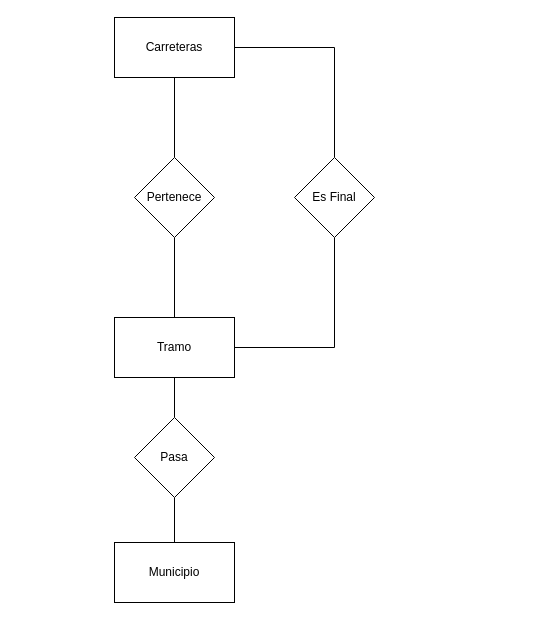
Before: Base Datos/16.drawio in Gotrufo-Eloy/Proyectos, a draw.io diagram. Source tidied: cells renumbered, new cells numbered last; positions are measured from the earlier drawing's top-left corner, leaving out a move shared by most shapes. Both pictures are drawn from the tidied source at 100%, with x=0, y=0 at pixel (114, 17).
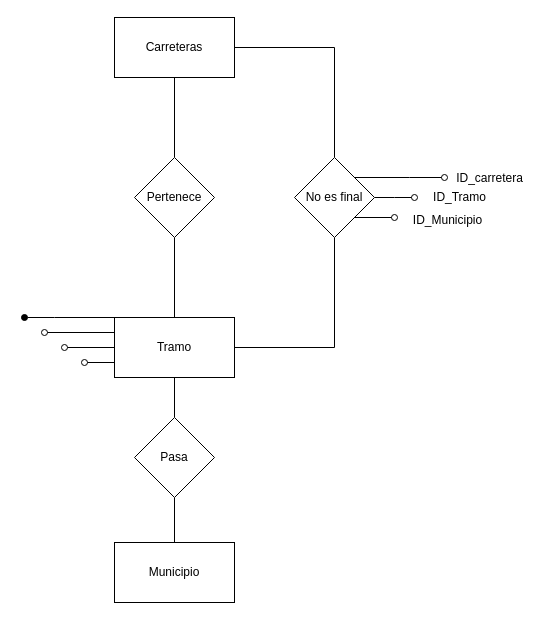
Above is the later version.

The change refers to these unchanged cells:
```xml
<mxCell id="5" value="Tramo" style="rounded=0;whiteSpace=wrap;html=1;" parent="1" vertex="1">
  <mxGeometry y="300" width="120" height="60" as="geometry" />
</mxCell>
```

The edit, as a diff of the source:
```diff
@@
+    <mxCell id="14" style="edgeStyle=orthogonalEdgeStyle;rounded=0;jettySize=auto;html=1;exitX=0;exitY=0.25;exitDx=0;exitDy=0;endArrow=oval;endFill=0;" parent="1" edge="1" source="5">
+      <mxGeometry relative="1" as="geometry">
+        <mxPoint x="-70" y="315" as="targetPoint" />
+      </mxGeometry>
+    </mxCell>
+    <mxCell id="15" style="edgeStyle=orthogonalEdgeStyle;rounded=0;jettySize=auto;html=1;exitX=0;exitY=0;exitDx=0;exitDy=0;endArrow=oval;endFill=1;" parent="1" edge="1" source="5">
+      <mxGeometry relative="1" as="geometry">
+        <mxPoint x="-90" y="300" as="targetPoint" />
+        <Array as="points">
+          <mxPoint x="-60" y="300" />
+          <mxPoint x="-60" y="300" />
+        </Array>
+      </mxGeometry>
+    </mxCell>
+    <mxCell id="16" style="edgeStyle=orthogonalEdgeStyle;rounded=0;jettySize=auto;html=1;exitX=0;exitY=0.5;exitDx=0;exitDy=0;endArrow=oval;endFill=0;" parent="1" edge="1" source="5">
+      <mxGeometry relative="1" as="geometry">
+        <mxPoint x="-50" y="330" as="targetPoint" />
+      </mxGeometry>
+    </mxCell>
+    <mxCell id="17" style="edgeStyle=orthogonalEdgeStyle;rounded=0;jettySize=auto;html=1;exitX=0;exitY=0.75;exitDx=0;exitDy=0;endArrow=oval;endFill=0;" parent="1" edge="1" source="5">
+      <mxGeometry relative="1" as="geometry">
+        <mxPoint x="-30" y="345" as="targetPoint" />
+      </mxGeometry>
+    </mxCell>
@@
+    <mxCell id="18" style="edgeStyle=orthogonalEdgeStyle;rounded=0;jettySize=auto;html=1;exitX=1;exitY=0;exitDx=0;exitDy=0;endArrow=oval;endFill=0;" parent="1" edge="1" source="13">
+      <mxGeometry relative="1" as="geometry">
+        <mxPoint x="330" y="160" as="targetPoint" />
+      </mxGeometry>
+    </mxCell>
+    <mxCell id="19" style="edgeStyle=orthogonalEdgeStyle;rounded=0;jettySize=auto;html=1;exitX=1;exitY=0.5;exitDx=0;exitDy=0;endArrow=oval;endFill=0;" parent="1" edge="1" source="13">
+      <mxGeometry relative="1" as="geometry">
+        <mxPoint x="300" y="180" as="targetPoint" />
+      </mxGeometry>
+    </mxCell>
+    <mxCell id="20" style="edgeStyle=orthogonalEdgeStyle;rounded=0;jettySize=auto;html=1;exitX=1;exitY=1;exitDx=0;exitDy=0;endArrow=oval;endFill=0;" parent="1" edge="1" source="13">
+      <mxGeometry relative="1" as="geometry">
+        <mxPoint x="280" y="200" as="targetPoint" />
+      </mxGeometry>
+    </mxCell>
-    <mxCell id="13" value="Es Final" style="rhombus;whiteSpace=wrap;html=1;rounded=0;" parent="1" vertex="1">
+    <mxCell id="13" value="No es final" style="rhombus;whiteSpace=wrap;html=1;rounded=0;" parent="1" vertex="1">
       <mxGeometry x="180" y="140" width="80" height="80" as="geometry" />
     </mxCell>
+    <mxCell id="21" value="ID_carretera" style="text;html=1;align=center;verticalAlign=middle;strokeColor=none;fillColor=none;" parent="1" vertex="1">
+      <mxGeometry x="330" y="146" width="90" height="30" as="geometry" />
+    </mxCell>
+    <mxCell id="22" value="ID_Tramo" style="text;html=1;align=center;verticalAlign=middle;strokeColor=none;fillColor=none;" parent="1" vertex="1">
+      <mxGeometry x="305" y="165" width="80" height="30" as="geometry" />
+    </mxCell>
+    <mxCell id="23" value="ID_Municipio" style="text;html=1;align=center;verticalAlign=middle;strokeColor=none;fillColor=none;" parent="1" vertex="1">
+      <mxGeometry x="288" y="188" width="90" height="30" as="geometry" />
+    </mxCell>
```
